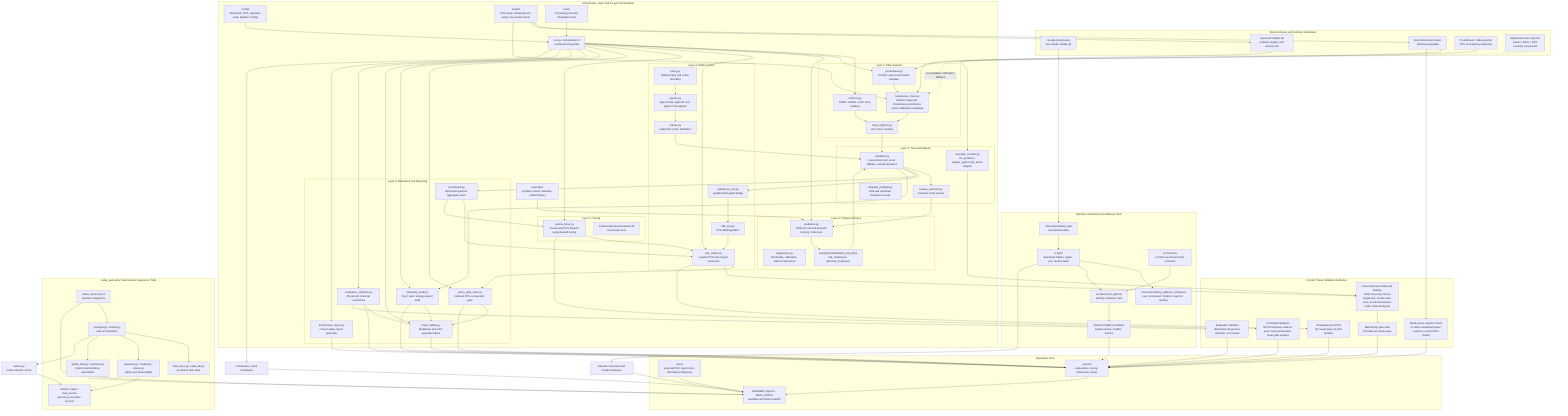
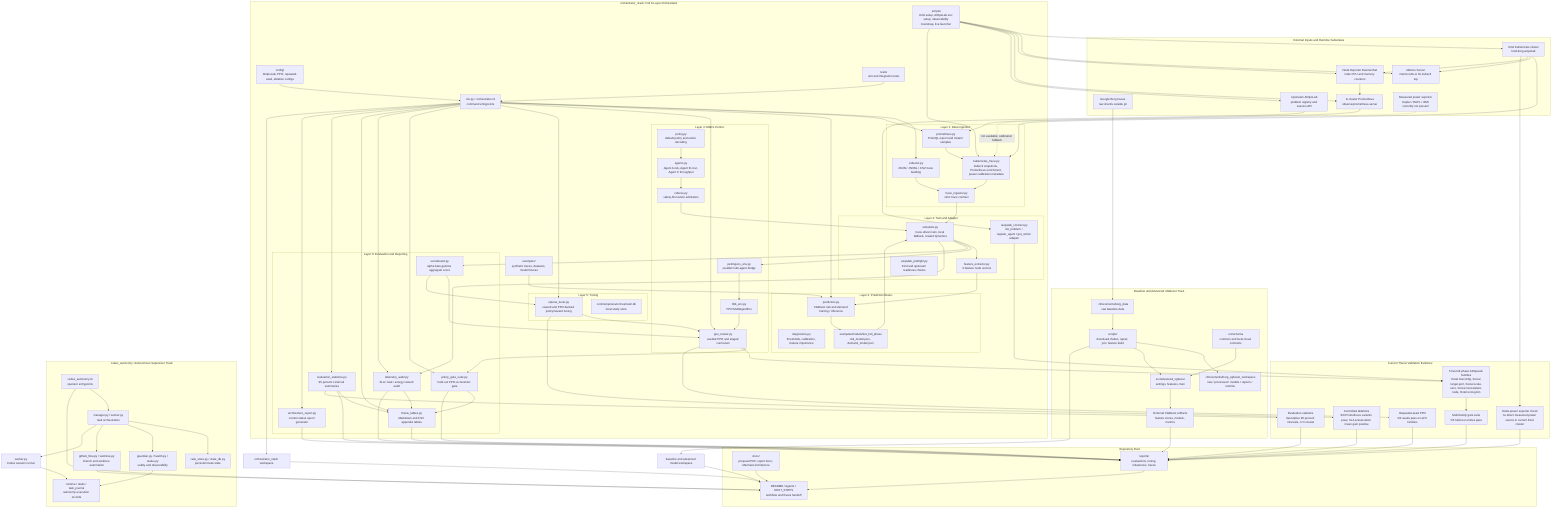
flowchart TB
    %% Current implemented architecture of Borg-Agent-Orchestrator repository.
    %% This diagram intentionally describes the repository as built, not only the original proposal.

    subgraph ExternalInputs["External Inputs and Runtime Substrates"]
        BorgTrace["Google Borg traces\nraw shards outside git"]
        KubeCluster["Kind Kubernetes cluster\nkind-borg-aiopslab"]
        AIOpsLab["Upstream AIOpsLab\nproblem registry and session API"]
-         Prometheus["Prometheus / node-exporter\nCPU and memory telemetry"]
+         MetricsServer["Metrics Server\nmetrics.k8s.io for kubectl top"]
+         NodeExporter["Node Exporter DaemonSet\nnode CPU and memory counters"]
+         Prometheus["In-cluster Prometheus\nobserve/prometheus-server"]
        PowerSource["Measured power exporter\nKepler / RAPL / IPMI\ncurrently not present"]
    end

    subgraph RootRepo["Repository Root"]
        RootDocs["README / Agents / NEXT_STEPS\nworkflow and thesis handoff"]
        ProjectDocs["docs/\nproposal PDF, report docx, Mermaid architecture"]
        Reports["reports/\nevaluations, tuning, milestones, traces"]
    end

    subgraph BaselineTrack["Baseline and Advanced XGBoost Track"]
        RawData["~/Documents/borg_data\nraw baseline data"]
        AdvancedWorkspace["~/Documents/borg_xgboost_workspace\nraw / processed / models / reports / runtime"]
        DataScripts["scripts/\ndownload, flatten, repair, join, feature build"]
        AdvancedSrc["src/advanced_xgboost\nsettings, features, train"]
        SchemaSrc["src/schema\ncommon and local-cloud contracts"]
        XGBArtifacts["External XGBoost artifacts\nfeature stores, models, metrics"]
    end

    subgraph OrchestratorStack["orchestrator_stack: Full 6-Layer Orchestrator"]
        RunCLI["run.py / orchestrator.cli\ncommand entrypoints"]
        Configs["config/\nAIOpsLab, PPO, repeated-seed, ablation configs"]
        Examples["examples/\nsynthetic traces, datasets, model fixtures"]

        subgraph L1["Layer 1: Data Ingestion"]
            Collector["collector.py\nJSON / JSONL / CSV trace building"]
            TraceIngestor["trace_ingestor.py\nstrict trace contract"]
            KubeTrace["kubernetes_trace.py\nkubectl snapshots, Prometheus enrichment, power calibration metadata"]
            PromClient["prometheus.py\nPromQL export and instant samples"]
        end

        subgraph L2["Layer 2: Twin and Adapter"]
            Simulator["simulator.py\ntrace-driven twin, local fallback, reward dynamics"]
            FeatureExtractor["feature_extractor.py\n8-feature node vectors"]
            AIOpsContract["aiopslab_contract.py\ninit_problem / register_agent / get_action adapter"]
            Preflight["aiopslab_preflight.py\nKind and upstream readiness checks"]
        end

        subgraph L3["Layer 3: Prediction Brains"]
            Predictors["predictors.py\nXGBoost risk and demand training / inference"]
            Diagnostics["diagnostics.py\nthresholds, calibration, feature importance"]
            BrainModels["examples/models/live_full_phase\nrisk_model.json, demand_model.json"]
        end

        subgraph L4["Layer 4: MARL Control"]
            Policy["policy.py\ndefault policy and action decoding"]
            Agents["agents.py\nAgent A risk, Agent B cost, Agent C throughput"]
            Referee["referee.py\nsafety-first action arbitration"]
            PettingZoo["pettingzoo_env.py\nparallel multi-agent bridge"]
            RLlibEnv["rllib_env.py\nPPO MultiAgentEnv"]
            PPOTrainer["ppo_trainer.py\nseeded PPO and staged curriculum"]
        end

        subgraph L5["Layer 5: Tuning"]
            Optuna["optuna_tuner.py\nreward and PPO-backed policy/reward tuning"]
            OptunaDB["runtime/optuna/orchestrator.db\nlocal study store"]
        end

        subgraph L6["Layer 6: Evaluation and Reporting"]
            Scoreboard["scoreboard.py\nalpha beta gamma aggregate score"]
            TelemetryAudit["telemetry_audit.py\nSLA / task / energy reward audit"]
            PolicyGate["policy_gate_suite.py\nheld-out PPO-vs-heuristic gate"]
            ThesisTables["thesis_tables.py\nMarkdown and CSV appendix tables"]
            EvalStats["evaluation_statistics.py\n95 percent t-interval summaries"]
            ArchReport["architecture_report.py\ncurrent status report generator"]
        end

-         Scripts["scripts/\nKind setup, AIOpsLab env setup, live smoke runner"]
-         Tests["tests/\n87 passing unit and integration tests"]
+         Scripts["scripts/\nKind setup, AIOpsLab env setup, observability bootstrap, live launcher"]
+         Tests["tests/\nunit and integration tests"]
    end

    subgraph ValidationEvidence["Current Thesis Validation Evidence"]
        LiveFamilies["5 live full-phase AIOpsLab families\nHotel misconfig, Social target-port, Social scale-zero, Social nonexistent-node, Hotel wrong-bin"]
        GateSuite["Multi-family gate suite\n5/5 held-out entries pass"]
        RepeatedSeeds["Repeated-seed PPO\n3/3 seeds pass on all 5 families"]
        Ablations["Controlled ablations\n9/9 Prometheus variants pass; SLA preservation mean gain positive"]
        StatsReports["Evaluation statistics\ndescriptive 95 percent intervals, n=3 caveat"]
        PowerCheck["Node-power exporter check\nno direct measured power source in current Kind cluster"]
    end

    subgraph CodexAutonomy["codex_autonomy: Autonomous Supervisor Track"]
        AutoCLI["codex_autonomy.cli\noperator entrypoints"]
        Manager["manager.py / worker.py\ntask orchestration"]
        Guardian["guardian.py / health.py / status.py\nsafety and observability"]
        TaskStore["task_store.py / state_db.py\npersistent task state"]
        GitHubFlow["github_flow.py / worktree.py\nbranch and worktree automation"]
        AutoRuntime["runtime / tasks / task_journal\nautonomy execution records"]
    end

    %% Baseline and advanced XGBoost data flow.
    BorgTrace --> RawData --> DataScripts --> AdvancedWorkspace
    DataScripts --> AdvancedSrc --> XGBArtifacts
    SchemaSrc --> AdvancedSrc
    XGBArtifacts --> Reports

    %% Orchestrator input and runtime flow.
    KubeCluster --> KubeTrace
    AIOpsLab --> AIOpsContract
-     Prometheus --> PromClient --> KubeTrace
+     KubeCluster --> MetricsServer
+     KubeCluster --> NodeExporter --> Prometheus --> PromClient --> KubeTrace
    PowerSource -. "not available; calibration fallback" .-> KubeTrace
    KubeTrace --> TraceIngestor
    Collector --> TraceIngestor
    TraceIngestor --> Simulator
    Simulator --> FeatureExtractor --> Predictors
    Predictors --> BrainModels
    BrainModels --> Simulator
    Simulator --> PettingZoo --> RLlibEnv --> PPOTrainer
    Policy --> Agents --> Referee --> Simulator
    PPOTrainer --> PolicyGate
    Simulator --> Scoreboard --> PPOTrainer
    Optuna --> PPOTrainer
    Scoreboard --> Optuna
    Simulator --> TelemetryAudit
    PolicyGate --> ThesisTables
    TelemetryAudit --> ThesisTables
    EvalStats --> ThesisTables
    ArchReport --> Reports
    ThesisTables --> Reports
    PolicyGate --> Reports
    TelemetryAudit --> Reports
    EvalStats --> Reports

    OrchestratorRoot["orchestrator_stack workspace"]
    BaselineRoot["baseline and advanced model workspace"]

    %% Commands and configs wire the stack.
    RunCLI --> Collector
    RunCLI --> PromClient
    RunCLI --> Predictors
    RunCLI --> PPOTrainer
    RunCLI --> Optuna
    RunCLI --> PolicyGate
    RunCLI --> TelemetryAudit
    RunCLI --> ThesisTables
    RunCLI --> EvalStats
    RunCLI --> ArchReport
    Configs --> RunCLI
    Examples --> Predictors
    Scripts --> KubeCluster
+     Scripts --> MetricsServer
+     Scripts --> NodeExporter
+     Scripts --> Prometheus
    Scripts --> AIOpsLab
    Scripts --> KubeTrace
    Tests --> RunCLI

    %% Validation evidence is generated by orchestrator reports.
    AIOpsContract --> LiveFamilies
    PPOTrainer --> LiveFamilies
    LiveFamilies --> GateSuite --> Reports
    PPOTrainer --> RepeatedSeeds --> Reports
    Optuna --> Ablations --> Reports
    EvalStats --> StatsReports --> Reports
    KubeCluster --> PowerCheck --> Reports

    %% Autonomy track is separate but shares repo and git workflow.
    AutoCLI --> Manager --> TaskStore
    Manager --> Guardian
    Manager --> GitHubFlow
    Worker["worker.py\nCodex session runner"] --> AutoRuntime
    Manager --> Worker
    Guardian --> AutoRuntime
    GitHubFlow --> RootDocs

    %% Documentation and handoff links.
    Reports --> RootDocs
    ProjectDocs --> RootDocs
    RunCLI --> OrchestratorRoot
    DataScripts --> BaselineRoot
    OrchestratorRoot --> RootDocs
    BaselineRoot --> RootDocs
    AutoCLI --> RootDocs
